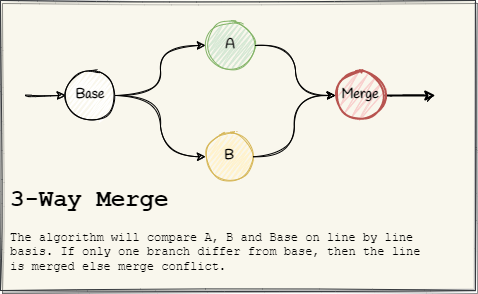
Before: Assets/images/git-merge-3-way-concept.png, a diagram exported from draw.io (braboj/tutorial-git). Source tidied: cells renumbered, new cells last; positions are measured from the earlier drawing's top-left corner, leaving out a move shared by most shapes.
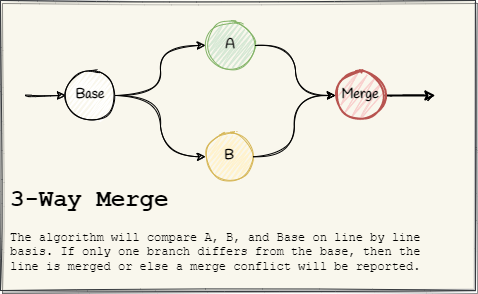
The same diagram one commit later.

The edit, as a diff of the source:
```diff
@@ -5,7 +5,7 @@
     <mxCell id="2" style="rounded=0;whiteSpace=wrap;html=1;sketch=1;fillStyle=solid;fontFamily=Lucida Console;strokeColor=#36393d;fillColor=#f9f7ed;shadow=1;" parent="1" vertex="1">
       <mxGeometry width="475" height="290" as="geometry" />
     </mxCell>
-    <mxCell id="3" value="&lt;h1&gt;3-Way Merge&lt;/h1&gt;&lt;p&gt;The algorithm will compare A, B and Base on line by line basis. If only one branch differ from base, then the line is merged else merge conflict.&lt;/p&gt;" style="text;html=1;strokeColor=none;fillColor=none;spacing=5;spacingTop=-20;whiteSpace=wrap;overflow=hidden;rounded=0;shadow=0;fontFamily=Courier New;" parent="1" vertex="1">
+    <mxCell id="3" value="&lt;h1&gt;3-Way Merge&lt;/h1&gt;&lt;p&gt;The algorithm will compare A, B, and Base on line by line basis. If only one branch differs from the base, then the line is merged or else a merge conflict will be reported.&lt;/p&gt;" style="text;html=1;strokeColor=none;fillColor=none;spacing=5;spacingTop=-20;whiteSpace=wrap;overflow=hidden;rounded=0;shadow=0;fontFamily=Courier New;" parent="1" vertex="1">
       <mxGeometry x="5" y="180" width="440" height="100" as="geometry" />
     </mxCell>
     <mxCell id="4" style="edgeStyle=orthogonalEdgeStyle;rounded=0;jettySize=auto;html=1;sketch=1;curved=1;" parent="1" edge="1" target="5">
```
